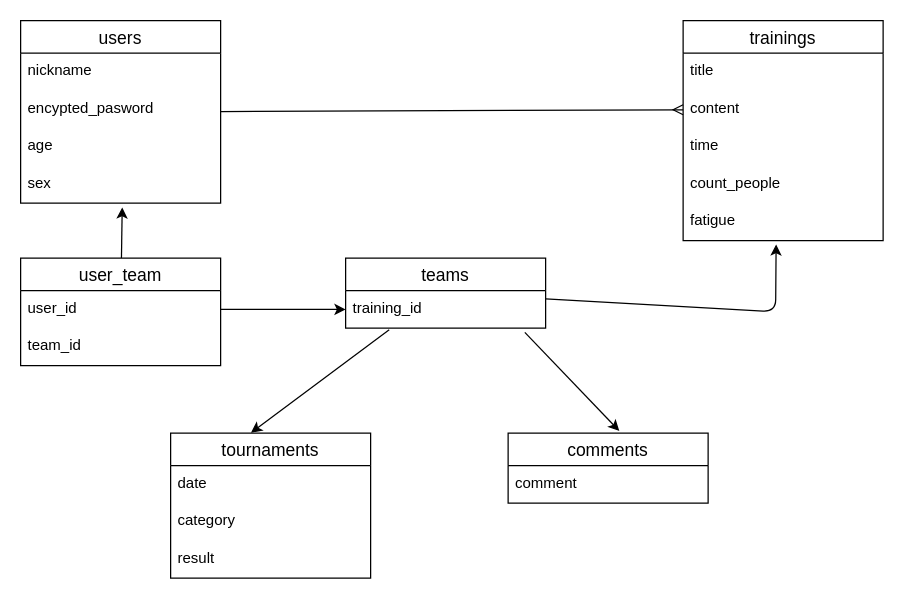
Before: ER図.dio in piroyuki666/volleyball-note, a draw.io diagram. Source tidied: cells renumbered, new cells numbered last; positions are measured from the earlier drawing's top-left corner, leaving out a move shared by most shapes. Both pictures are drawn from the tidied source at 125%, with x=0, y=0 at pixel (20, 20).
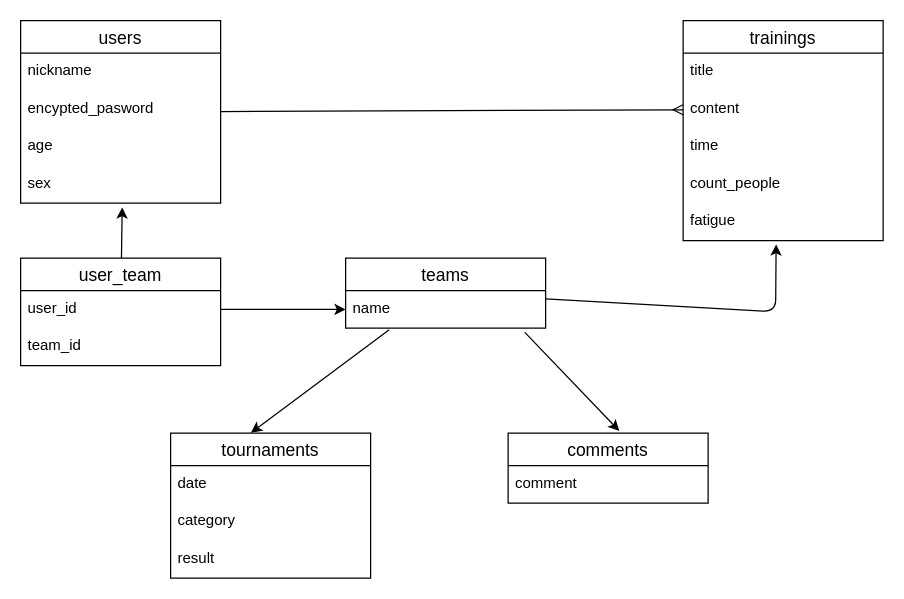
The same diagram, later.

The change refers to these unchanged cells:
```xml
<mxCell id="21" value="teams" style="swimlane;fontStyle=0;horizontal=1;startSize=26;align=center;fontSize=14;" parent="1" vertex="1">
  <mxGeometry x="260" y="190" width="160" height="56" as="geometry" />
</mxCell>
```

What changed in the source:
```diff
@@
-    <mxCell id="22" value="training_id" style="text;strokeColor=none;fillColor=none;spacingLeft=4;spacingRight=4;overflow=hidden;points=[[0,0.5],[1,0.5]];portConstraint=eastwest;fontSize=12;" parent="21" vertex="1">
+    <mxCell id="22" value="name" style="text;strokeColor=none;fillColor=none;spacingLeft=4;spacingRight=4;overflow=hidden;points=[[0,0.5],[1,0.5]];portConstraint=eastwest;fontSize=12;" parent="21" vertex="1">
       <mxGeometry y="26" width="160" height="30" as="geometry" />
     </mxCell>
```
